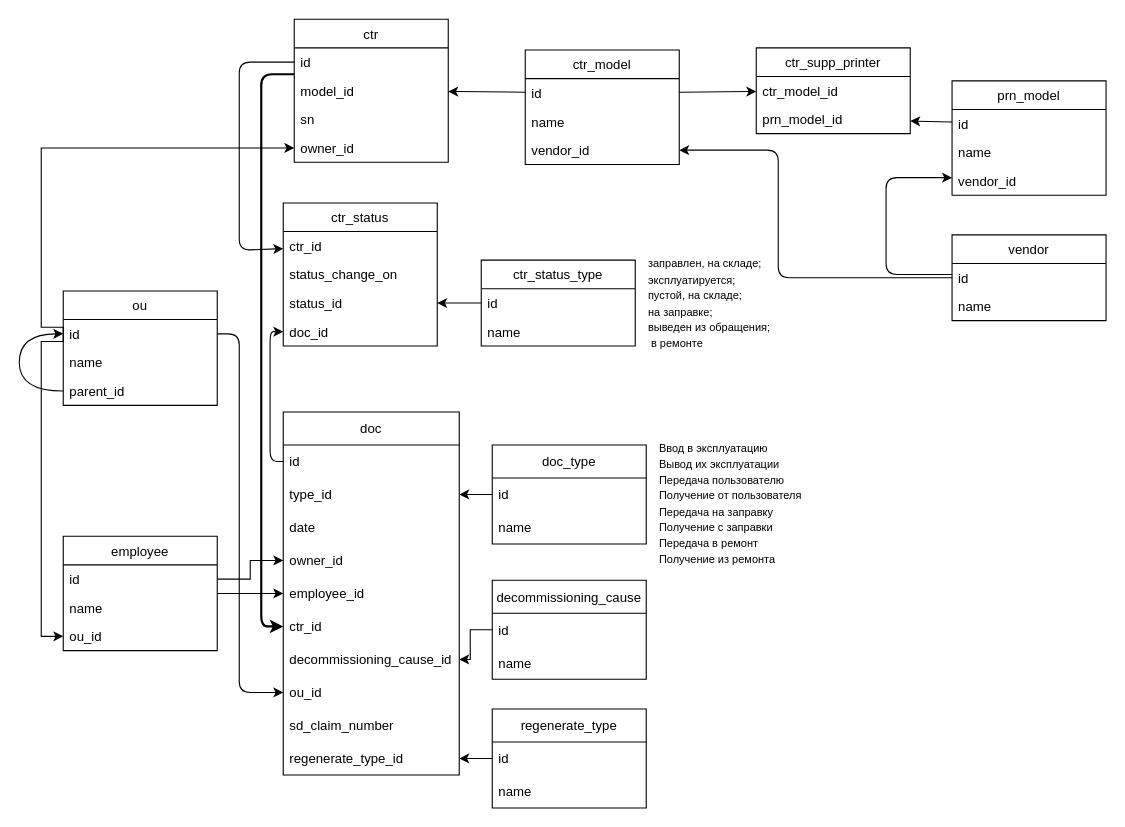
Earlier version of the draw.io diagram cartridge_accounting.drawio (IgorTkachuk/caartridge_accounting). Source tidied: cells renumbered, new cells numbered last; positions are measured from the earlier drawing's top-left corner, leaving out a move shared by most shapes. Both pictures are drawn from the tidied source at 110%, with x=0, y=0 at pixel (19, 19).
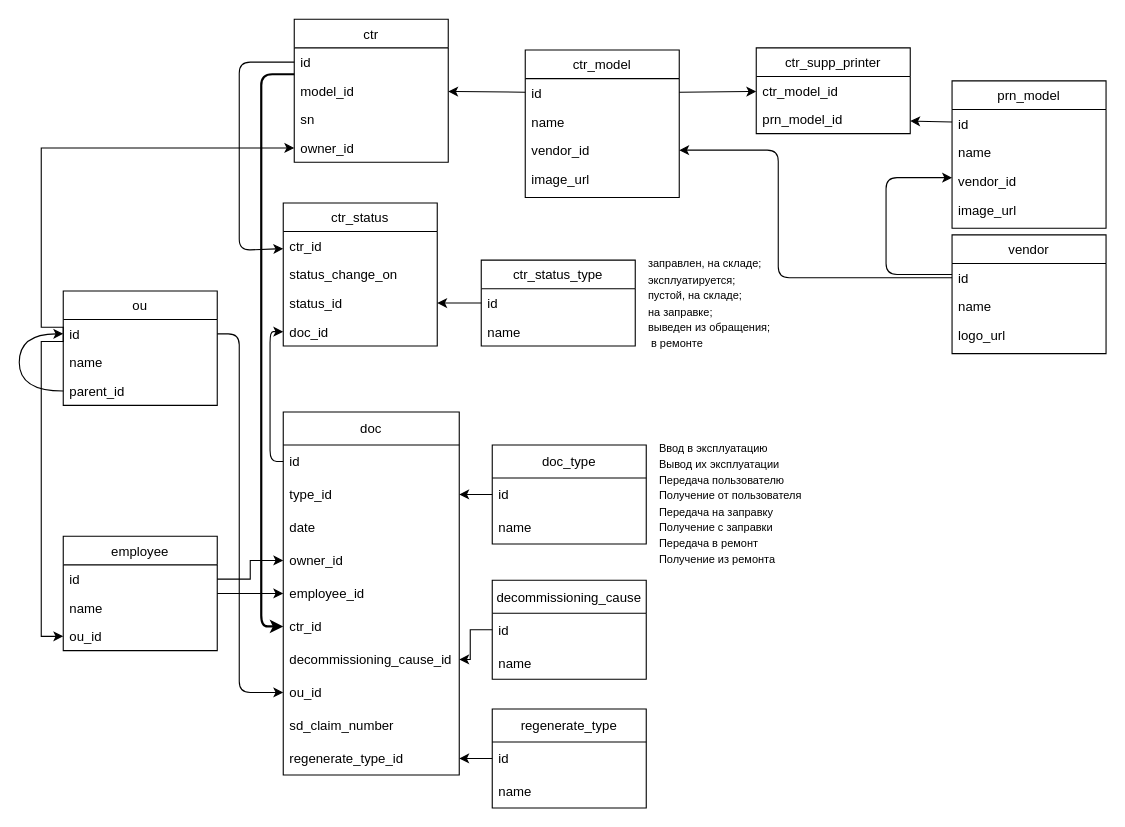
After the change.

The edit, as a diff of the source:
```diff
@@
     <mxCell id="7" value="prn_model" style="swimlane;fontStyle=0;horizontal=1;startSize=26;" parent="1" vertex="1">
-      <mxGeometry x="848" y="56" width="140" height="104" as="geometry" />
+      <mxGeometry x="848" y="56" width="140" height="134" as="geometry" />
     </mxCell>
@@
+    <mxCell id="77" value="image_url" style="text;strokeColor=none;fillColor=none;spacingLeft=4;spacingRight=4;overflow=hidden;fontSize=12;" parent="7" vertex="1">
+      <mxGeometry y="104" width="140" height="30" as="geometry" />
+    </mxCell>
     <mxCell id="11" value="ctr_model" style="swimlane;fontStyle=0;horizontal=1;startSize=26;" parent="1" vertex="1">
-      <mxGeometry x="460" y="28" width="140" height="104" as="geometry" />
+      <mxGeometry x="460" y="28" width="140" height="134" as="geometry" />
     </mxCell>
@@
+    <mxCell id="78" value="image_url" style="text;strokeColor=none;fillColor=none;spacingLeft=4;spacingRight=4;overflow=hidden;fontSize=12;" parent="11" vertex="1">
+      <mxGeometry y="104" width="140" height="30" as="geometry" />
+    </mxCell>
@@
     <mxCell id="18" value="vendor" style="swimlane;fontStyle=0;horizontal=1;startSize=26;" parent="1" vertex="1">
-      <mxGeometry x="848" y="196" width="140" height="78" as="geometry" />
+      <mxGeometry x="848" y="196" width="140" height="108" as="geometry" />
     </mxCell>
@@
+    <mxCell id="79" value="logo_url" style="text;strokeColor=none;fillColor=none;spacingLeft=4;spacingRight=4;overflow=hidden;fontSize=12;" parent="18" vertex="1">
+      <mxGeometry y="78" width="140" height="30" as="geometry" />
+    </mxCell>
```
